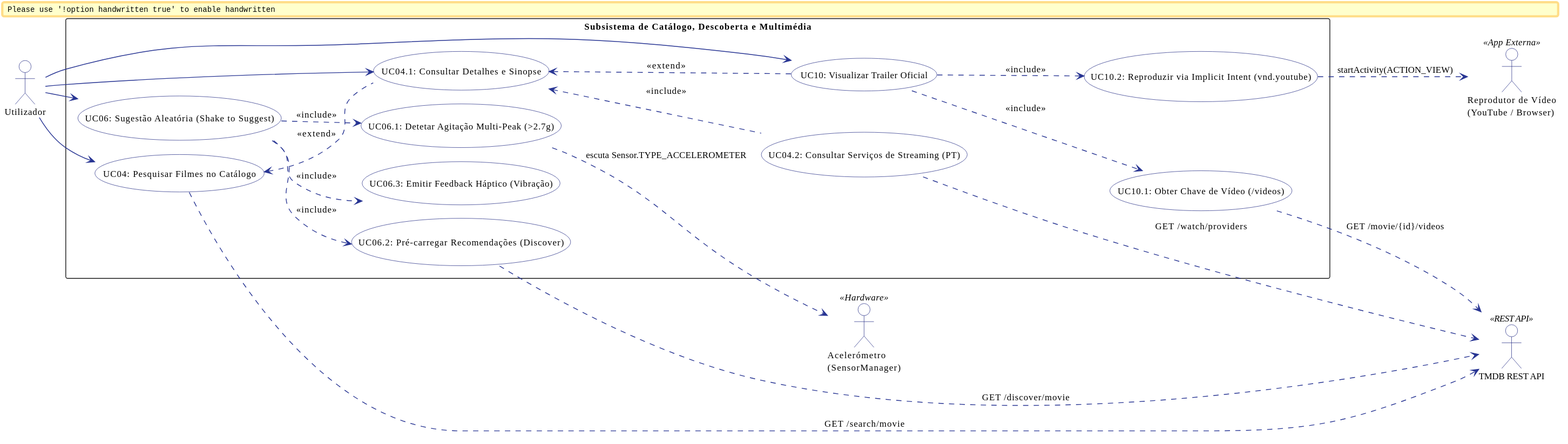
Andre-1240567/DSSMV_ProjectDroid_1240567_1241013 keeps this PlantUML diagram as docs/global-artifacts/svg/ucd_discovery_multimedia.svg. Above is the earlier version.
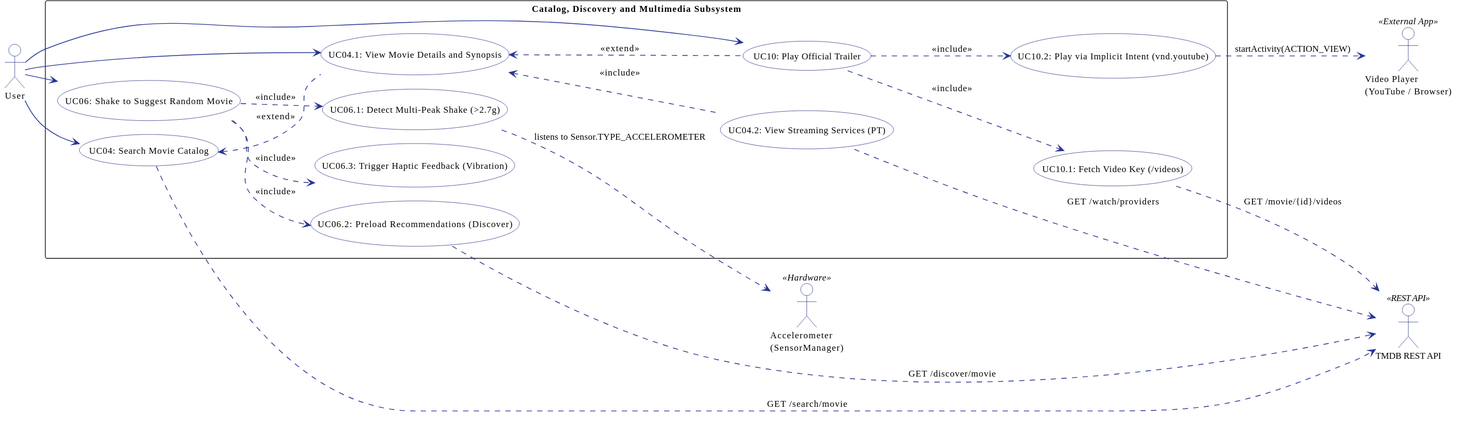
After the change.

Change to the diagram source:
```diff
@@ -1,5 +1,4 @@
 @startuml
-skinparam handwritten false
 skinparam monochrome false
 skinparam shadowing false
 skinparam defaultFontName "Helvetica, Arial, sans-serif"
@@ -19,24 +18,24 @@
 
 left to right direction
 
-actor "Utilizador" as User
+actor "User" as User
 actor "TMDB REST API" as TMDB <<REST API>>
-actor "Acelerómetro\n(SensorManager)" as Sensor <<Hardware>>
-actor "Reprodutor de Vídeo\n(YouTube / Browser)" as VideoPlayer <<App Externa>>
+actor "Accelerometer\n(SensorManager)" as Sensor <<Hardware>>
+actor "Video Player\n(YouTube / Browser)" as VideoPlayer <<External App>>
 
-rectangle "Subsistema de Catálogo, Descoberta e Multimédia" {
-    usecase "UC04: Pesquisar Filmes no Catálogo" as UC04
-    usecase "UC04.1: Consultar Detalhes e Sinopse" as UC04_1
-    usecase "UC04.2: Consultar Serviços de Streaming (PT)" as UC04_2
+rectangle "Catalog, Discovery and Multimedia Subsystem" {
+    usecase "UC04: Search Movie Catalog" as UC04
+    usecase "UC04.1: View Movie Details and Synopsis" as UC04_1
+    usecase "UC04.2: View Streaming Services (PT)" as UC04_2
 
-    usecase "UC10: Visualizar Trailer Oficial" as UC10
-    usecase "UC10.1: Obter Chave de Vídeo (/videos)" as UC10_1
-    usecase "UC10.2: Reproduzir via Implicit Intent (vnd.youtube)" as UC10_2
+    usecase "UC10: Play Official Trailer" as UC10
+    usecase "UC10.1: Fetch Video Key (/videos)" as UC10_1
+    usecase "UC10.2: Play via Implicit Intent (vnd.youtube)" as UC10_2
 
-    usecase "UC06: Sugestão Aleatória (Shake to Suggest)" as UC06
-    usecase "UC06.1: Detetar Agitação Multi-Peak (>2.7g)" as UC06_1
-    usecase "UC06.2: Pré-carregar Recomendações (Discover)" as UC06_2
-    usecase "UC06.3: Emitir Feedback Háptico (Vibração)" as UC06_3
+    usecase "UC06: Shake to Suggest Random Movie" as UC06
+    usecase "UC06.1: Detect Multi-Peak Shake (>2.7g)" as UC06_1
+    usecase "UC06.2: Preload Recommendations (Discover)" as UC06_2
+    usecase "UC06.3: Trigger Haptic Feedback (Vibration)" as UC06_3
 }
 
 User --> UC04
@@ -60,6 +59,6 @@
 UC10_1 ..> TMDB : GET /movie/{id}/videos
 UC06_2 ..> TMDB : GET /discover/movie
 
-UC06_1 ..> Sensor : escuta Sensor.TYPE_ACCELEROMETER
+UC06_1 ..> Sensor : listens to Sensor.TYPE_ACCELEROMETER
 UC10_2 ..> VideoPlayer : startActivity(ACTION_VIEW)
 @enduml
```
